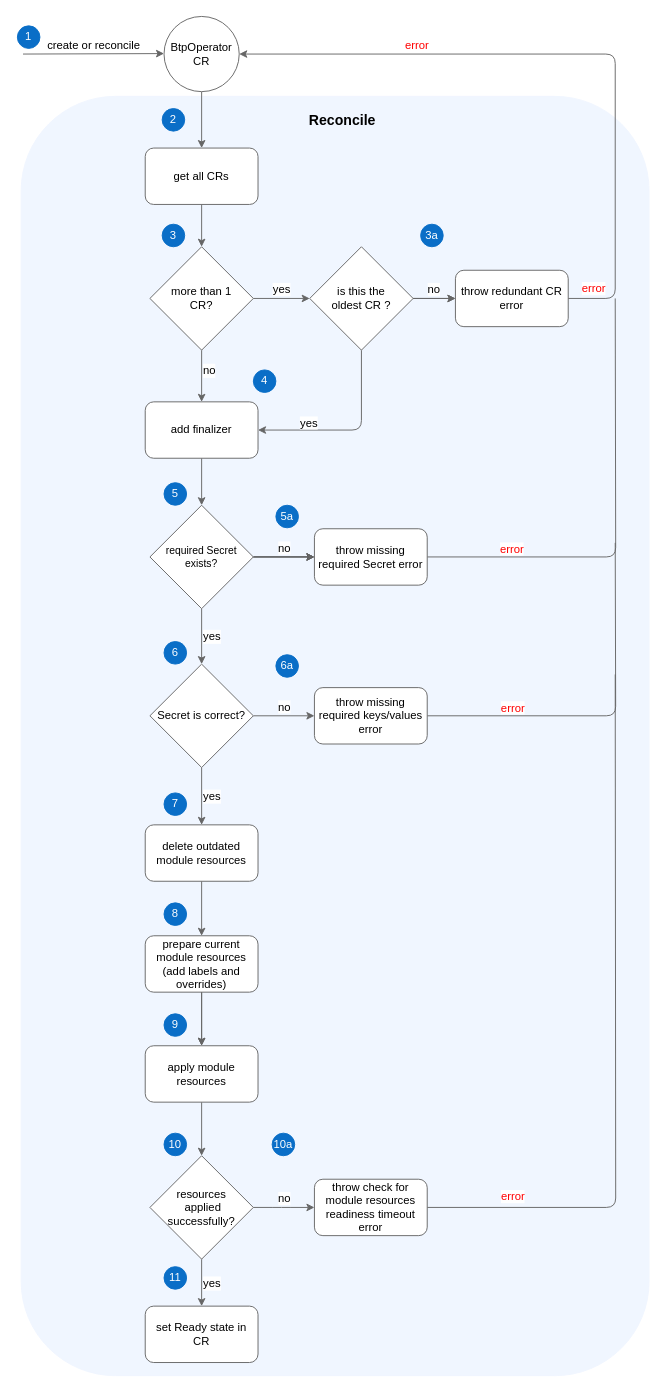
Before: docs/assets/activity_provisioning.drawio in kyma-project/btp-manager, a draw.io diagram. Source tidied: cells renumbered, new cells numbered last; positions are measured from the earlier drawing's top-left corner, leaving out a move shared by most shapes. Both pictures are drawn from the tidied source at 94%, with x=0, y=0 at pixel (17, 16).
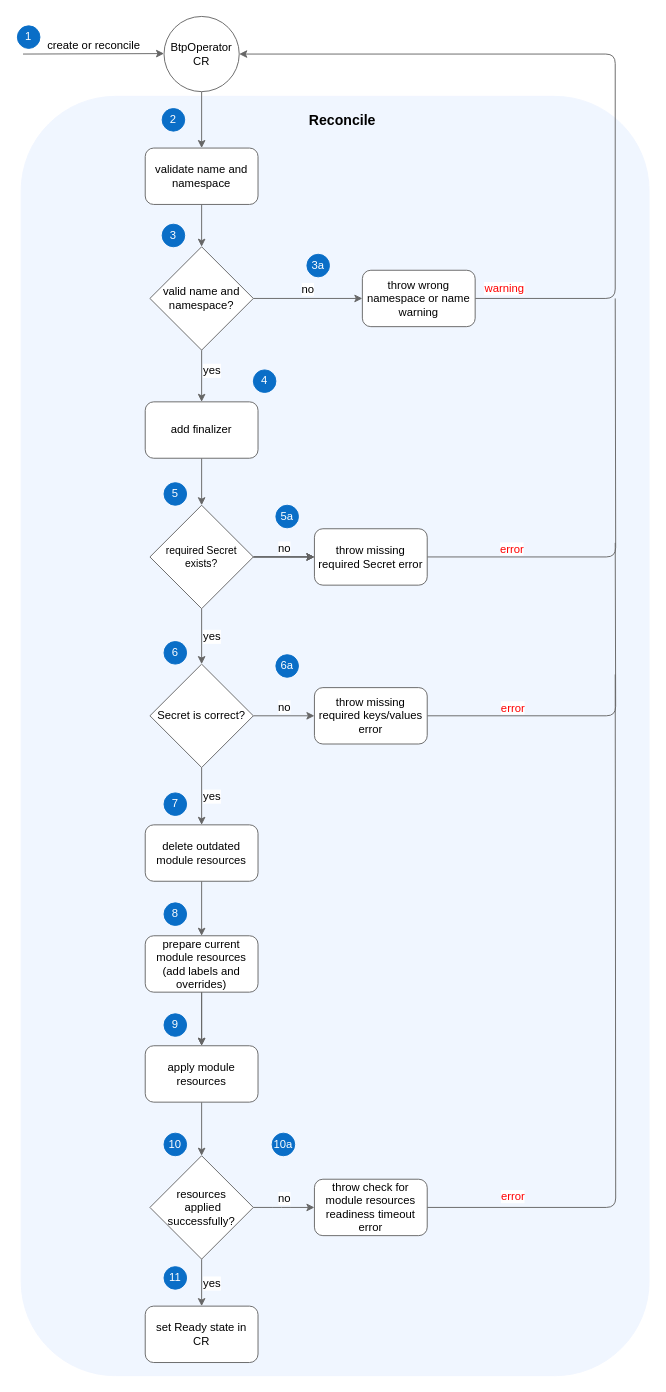
Above is the later version.

The change refers to these unchanged cells:
```xml
<mxCell id="6" style="edgeStyle=orthogonalEdgeStyle;rounded=1;jettySize=auto;html=1;fontSize=12;strokeColor=#666666;" parent="1" edge="1" source="9" target="13">
  <mxGeometry relative="1" as="geometry" />
</mxCell>
<mxCell id="13" value="add finalizer" style="whiteSpace=wrap;html=1;rounded=1;strokeColor=#666666;" parent="1" vertex="1">
  <mxGeometry x="136" y="410" width="120" height="60" as="geometry" />
</mxCell>
<mxCell id="18" style="edgeStyle=orthogonalEdgeStyle;rounded=1;jettySize=auto;html=1;exitX=1;exitY=0.5;exitDx=0;exitDy=0;entryX=1;entryY=0.5;entryDx=0;entryDy=0;fontSize=12;strokeColor=#666666;" parent="1" edge="1" source="22" target="4">
  <mxGeometry relative="1" as="geometry">
    <Array as="points">
      <mxPoint x="636" y="300" />
      <mxPoint x="636" y="40" />
    </Array>
  </mxGeometry>
</mxCell>
```

Change to the diagram source:
```diff
@@
-    <mxCell id="7" value="no" style="edgeLabel;html=1;align=left;verticalAlign=middle;fontSize=12;labelPosition=right;verticalLabelPosition=middle;" parent="6" vertex="1">
+    <mxCell id="7" value="yes" style="edgeLabel;html=1;align=left;verticalAlign=middle;fontSize=12;labelPosition=right;verticalLabelPosition=middle;" parent="6" vertex="1">
       <mxGeometry x="-0.25" y="1" relative="1" as="geometry">
         <mxPoint x="-1" as="offset" />
       </mxGeometry>
     </mxCell>
-    <mxCell id="8" value="yes" style="edgeStyle=orthogonalEdgeStyle;rounded=1;jettySize=auto;html=1;fontSize=12;strokeColor=#666666;verticalAlign=bottom;" parent="1" edge="1" source="9" target="17">
+    <mxCell id="8" value="no" style="edgeStyle=orthogonalEdgeStyle;rounded=1;jettySize=auto;html=1;fontSize=12;strokeColor=#666666;verticalAlign=bottom;entryX=0;entryY=0.5;entryDx=0;entryDy=0;" parent="1" edge="1" source="9" target="22">
       <mxGeometry relative="1" as="geometry" />
     </mxCell>
-    <mxCell id="9" value="&lt;font style=&quot;font-size: 12px;&quot;&gt;more than 1 &lt;br style=&quot;&quot;&gt;CR?&lt;/font&gt;" style="rhombus;whiteSpace=wrap;html=1;fontSize=11;strokeColor=#666666;" parent="1" vertex="1">
+    <mxCell id="9" value="&lt;span style=&quot;font-size: 12px;&quot;&gt;valid name and namespace?&lt;/span&gt;" style="rhombus;whiteSpace=wrap;html=1;fontSize=11;strokeColor=#666666;" parent="1" vertex="1">
       <mxGeometry x="141" y="245" width="110" height="110" as="geometry" />
     </mxCell>
@@
-    <mxCell id="11" value="get all CRs" style="rounded=1;whiteSpace=wrap;html=1;fontSize=12;strokeColor=#666666;" parent="1" vertex="1">
+    <mxCell id="11" value="validate name and namespace" style="rounded=1;whiteSpace=wrap;html=1;fontSize=12;strokeColor=#666666;" parent="1" vertex="1">
       <mxGeometry x="136" y="140" width="120" height="60" as="geometry" />
     </mxCell>
@@
-    <mxCell id="14" value="yes" style="edgeStyle=orthogonalEdgeStyle;rounded=1;jettySize=auto;html=1;exitX=0.5;exitY=1;exitDx=0;exitDy=0;entryX=1;entryY=0.5;entryDx=0;entryDy=0;fontSize=12;strokeColor=#666666;verticalAlign=bottom;" parent="1" edge="1" source="17" target="13">
-      <mxGeometry x="0.45" y="2" relative="1" as="geometry" />
-    </mxCell>
-    <mxCell id="15" style="edgeStyle=orthogonalEdgeStyle;rounded=1;jettySize=auto;html=1;fontSize=12;strokeColor=#666666;" parent="1" edge="1" source="17" target="22">
-      <mxGeometry relative="1" as="geometry" />
-    </mxCell>
-    <mxCell id="16" value="no" style="edgeLabel;html=1;align=center;verticalAlign=bottom;fontSize=12;" parent="15" vertex="1">
-      <mxGeometry x="-0.07" y="1" relative="1" as="geometry" />
-    </mxCell>
-    <mxCell id="17" value="&lt;font style=&quot;font-size: 12px;&quot;&gt;is this the &lt;br style=&quot;&quot;&gt;oldest CR ?&lt;/font&gt;" style="rhombus;whiteSpace=wrap;html=1;fontSize=11;strokeColor=#666666;" parent="1" vertex="1">
-      <mxGeometry x="311" y="245" width="110" height="110" as="geometry" />
-    </mxCell>
@@
-    <mxCell id="19" value="&lt;font color=&quot;#ff0000&quot;&gt;error&lt;/font&gt;" style="edgeLabel;html=1;align=center;verticalAlign=bottom;fontSize=12;" parent="18" vertex="1">
-      <mxGeometry x="0.47" y="-1" relative="1" as="geometry" />
-    </mxCell>
-    <mxCell id="20" value="&lt;font color=&quot;#ff0000&quot;&gt;error&lt;/font&gt;" style="edgeLabel;html=1;align=center;verticalAlign=bottom;fontSize=12;fontColor=#000000;" parent="18" vertex="1">
+    <mxCell id="20" value="&lt;font color=&quot;#ff0000&quot;&gt;warning&lt;/font&gt;" style="edgeLabel;html=1;align=center;verticalAlign=bottom;fontSize=12;fontColor=#000000;" parent="18" vertex="1">
       <mxGeometry x="-0.91" y="2" relative="1" as="geometry">
         <mxPoint x="-6" as="offset" />
       </mxGeometry>
     </mxCell>
-    <mxCell id="21" style="edgeStyle=orthogonalEdgeStyle;rounded=1;jettySize=auto;html=1;strokeColor=#666666;" parent="1" edge="1" source="17" target="22">
-      <mxGeometry relative="1" as="geometry" />
-    </mxCell>
-    <mxCell id="22" value="throw redundant CR error" style="whiteSpace=wrap;html=1;rounded=1;strokeColor=#666666;" parent="1" vertex="1">
-      <mxGeometry x="466" y="270" width="120" height="60" as="geometry" />
+    <mxCell id="22" value="throw wrong namespace or name warning" style="whiteSpace=wrap;html=1;rounded=1;strokeColor=#666666;" parent="1" vertex="1">
+      <mxGeometry x="367" y="270" width="120" height="60" as="geometry" />
     </mxCell>
@@
     <mxCell id="54" value="&lt;font color=&quot;#ffffff&quot;&gt;3a&lt;/font&gt;" style="ellipse;whiteSpace=wrap;html=1;fillColor=#0a6ec7;strokeColor=#0a6ec7;" parent="1" vertex="1">
-      <mxGeometry x="429" y="221" width="24" height="24" as="geometry" />
+      <mxGeometry x="308" y="253" width="24" height="24" as="geometry" />
     </mxCell>
```
